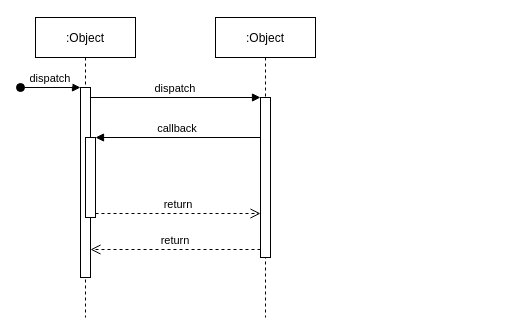
The draw.io diagram UML/java-grpc支持时序图.drawio in wangjq4214/draw.io, before the edit. Source tidied: cells renumbered, new cells numbered last; positions are measured from the earlier drawing's top-left corner, leaving out a move shared by most shapes. Both pictures are drawn from the tidied source at 100%, with x=0, y=0 at pixel (20, 17).
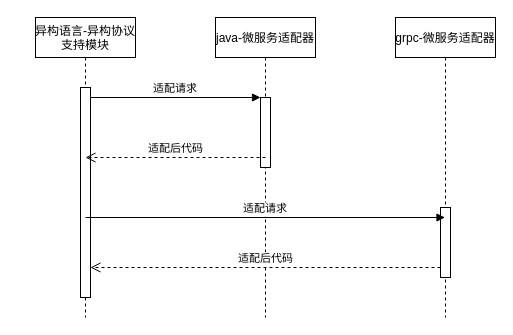
The same diagram, later.

Commit message:
更新java-grpc支持时序图.drawio

Change to the diagram source:
```diff
@@
 <mxGraphModel>
   <root>
     <mxCell id="0" />
     <mxCell id="1" parent="0" />
-    <mxCell id="2" value=":Object" style="shape=umlLifeline;perimeter=lifelinePerimeter;rounded=0;shadow=0;strokeWidth=1;" parent="1" vertex="1">
+    <mxCell id="2" value="异构语言-异构协议&#10;支持模块" style="shape=umlLifeline;perimeter=lifelinePerimeter;rounded=0;shadow=0;strokeWidth=1;" parent="1" vertex="1">
       <mxGeometry x="15" width="100" height="300" as="geometry" />
     </mxCell>
     <mxCell id="3" style="points=[];perimeter=orthogonalPerimeter;rounded=0;shadow=0;strokeWidth=1;" parent="2" vertex="1">
-      <mxGeometry x="45" y="70" width="10" height="190" as="geometry" />
+      <mxGeometry x="45" y="70" width="10" height="210" as="geometry" />
     </mxCell>
-    <mxCell id="4" value="dispatch" style="verticalAlign=bottom;startArrow=oval;endArrow=block;startSize=8;shadow=0;strokeWidth=1;" parent="2" edge="1" target="3">
-      <mxGeometry relative="1" as="geometry">
-        <mxPoint x="-15" y="70" as="sourcePoint" />
-      </mxGeometry>
-    </mxCell>
-    <mxCell id="5" style="points=[];perimeter=orthogonalPerimeter;rounded=0;shadow=0;strokeWidth=1;" parent="2" vertex="1">
-      <mxGeometry x="50" y="120" width="10" height="80" as="geometry" />
-    </mxCell>
-    <mxCell id="6" value=":Object" style="shape=umlLifeline;perimeter=lifelinePerimeter;rounded=0;shadow=0;strokeWidth=1;" parent="1" vertex="1">
+    <mxCell id="6" value="java-微服务适配器" style="shape=umlLifeline;perimeter=lifelinePerimeter;rounded=0;shadow=0;strokeWidth=1;" parent="1" vertex="1">
       <mxGeometry x="195" width="100" height="300" as="geometry" />
     </mxCell>
     <mxCell id="7" style="points=[];perimeter=orthogonalPerimeter;rounded=0;shadow=0;strokeWidth=1;" parent="6" vertex="1">
-      <mxGeometry x="45" y="80" width="10" height="160" as="geometry" />
+      <mxGeometry x="45" y="80" width="10" height="70" as="geometry" />
     </mxCell>
-    <mxCell id="8" value="return" style="verticalAlign=bottom;endArrow=open;dashed=1;endSize=8;exitX=0;exitY=0.95;shadow=0;strokeWidth=1;" parent="1" edge="1" source="7" target="3">
-      <mxGeometry relative="1" as="geometry" />
-    </mxCell>
-    <mxCell id="9" value="dispatch" style="verticalAlign=bottom;endArrow=block;entryX=0;entryY=0;shadow=0;strokeWidth=1;" parent="1" edge="1" source="3" target="7">
+    <mxCell id="9" value="适配请求" style="verticalAlign=bottom;endArrow=block;entryX=0;entryY=0;shadow=0;strokeWidth=1;" parent="1" edge="1" source="3" target="7">
       <mxGeometry relative="1" as="geometry" />
     </mxCell>
-    <mxCell id="10" value="callback" style="verticalAlign=bottom;endArrow=block;entryX=1;entryY=0;shadow=0;strokeWidth=1;" parent="1" edge="1" source="7" target="5">
-      <mxGeometry relative="1" as="geometry" />
-    </mxCell>
-    <mxCell id="11" value="return" style="verticalAlign=bottom;endArrow=open;dashed=1;endSize=8;exitX=1;exitY=0.95;shadow=0;strokeWidth=1;" parent="1" edge="1" source="5" target="7">
-      <mxGeometry relative="1" as="geometry" />
-    </mxCell>
+    <mxCell id="12" value="grpc-微服务适配器" style="shape=umlLifeline;perimeter=lifelinePerimeter;rounded=0;shadow=0;strokeWidth=1;" parent="1" vertex="1">
+      <mxGeometry x="375" width="100" height="300" as="geometry" />
+    </mxCell>
+    <mxCell id="13" style="points=[];perimeter=orthogonalPerimeter;rounded=0;shadow=0;strokeWidth=1;" parent="12" vertex="1">
+      <mxGeometry x="45" y="190" width="10" height="70" as="geometry" />
+    </mxCell>
+    <mxCell id="14" value="适配后代码" style="html=1;verticalAlign=bottom;endArrow=open;dashed=1;endSize=8;rounded=0;" parent="1" edge="1">
+      <mxGeometry relative="1" as="geometry">
+        <mxPoint x="245" y="140" as="sourcePoint" />
+        <mxPoint x="65" y="140" as="targetPoint" />
+        <Array as="points">
+          <mxPoint x="65" y="140" />
+        </Array>
+      </mxGeometry>
+    </mxCell>
+    <mxCell id="15" value="适配请求" style="verticalAlign=bottom;endArrow=block;shadow=0;strokeWidth=1;" parent="1" edge="1" target="12">
+      <mxGeometry relative="1" as="geometry">
+        <mxPoint x="65" y="200" as="sourcePoint" />
+      </mxGeometry>
+    </mxCell>
+    <mxCell id="16" value="适配后代码" style="html=1;verticalAlign=bottom;endArrow=open;dashed=1;endSize=8;rounded=0;" parent="1" edge="1" source="13" target="3">
+      <mxGeometry relative="1" as="geometry">
+        <Array as="points">
+          <mxPoint x="105" y="250" />
+        </Array>
+      </mxGeometry>
+    </mxCell>
   </root>
 </mxGraphModel>
```
